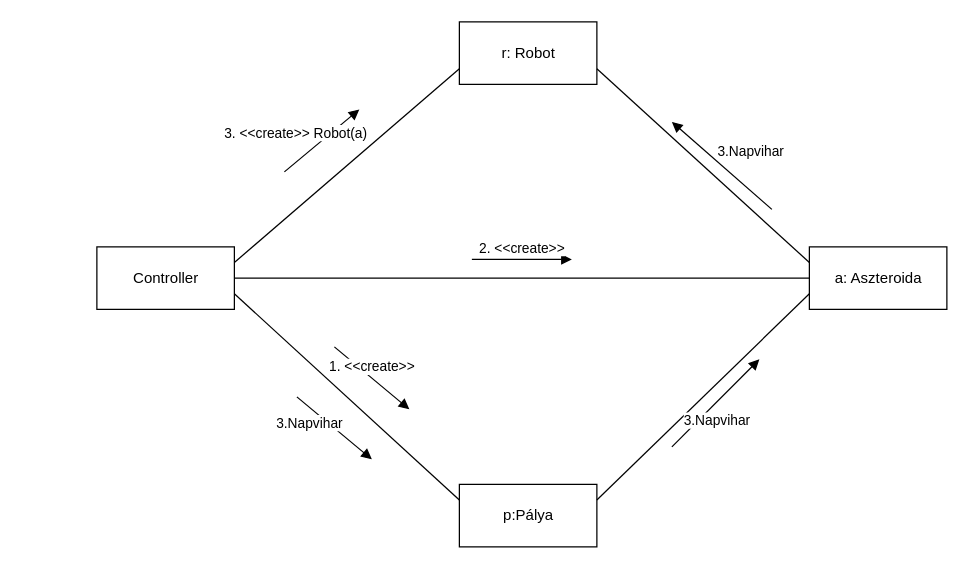
Earlier version of the draw.io diagram doc/kommunikacio/kom_napviharRobot.drawio (torpeBoiGo/aszteroidabanyaszat). Source tidied: cells renumbered, new cells numbered last; positions are measured from the earlier drawing's top-left corner, leaving out a move shared by most shapes. Both pictures are drawn from the tidied source at 125%, with x=0, y=0 at pixel (96, 21).
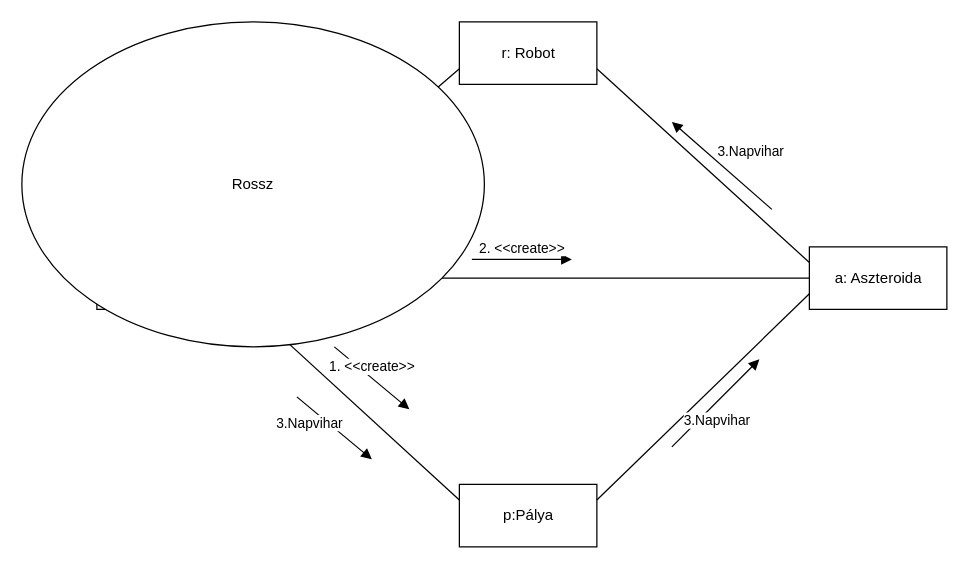
Above is the later version.

The edit, as a diff of the source:
```diff
@@
+    <mxCell id="17" value="Rossz" style="ellipse;whiteSpace=wrap;html=1;" parent="1" vertex="1">
+      <mxGeometry x="-60" width="370" height="260" as="geometry" />
+    </mxCell>
```
